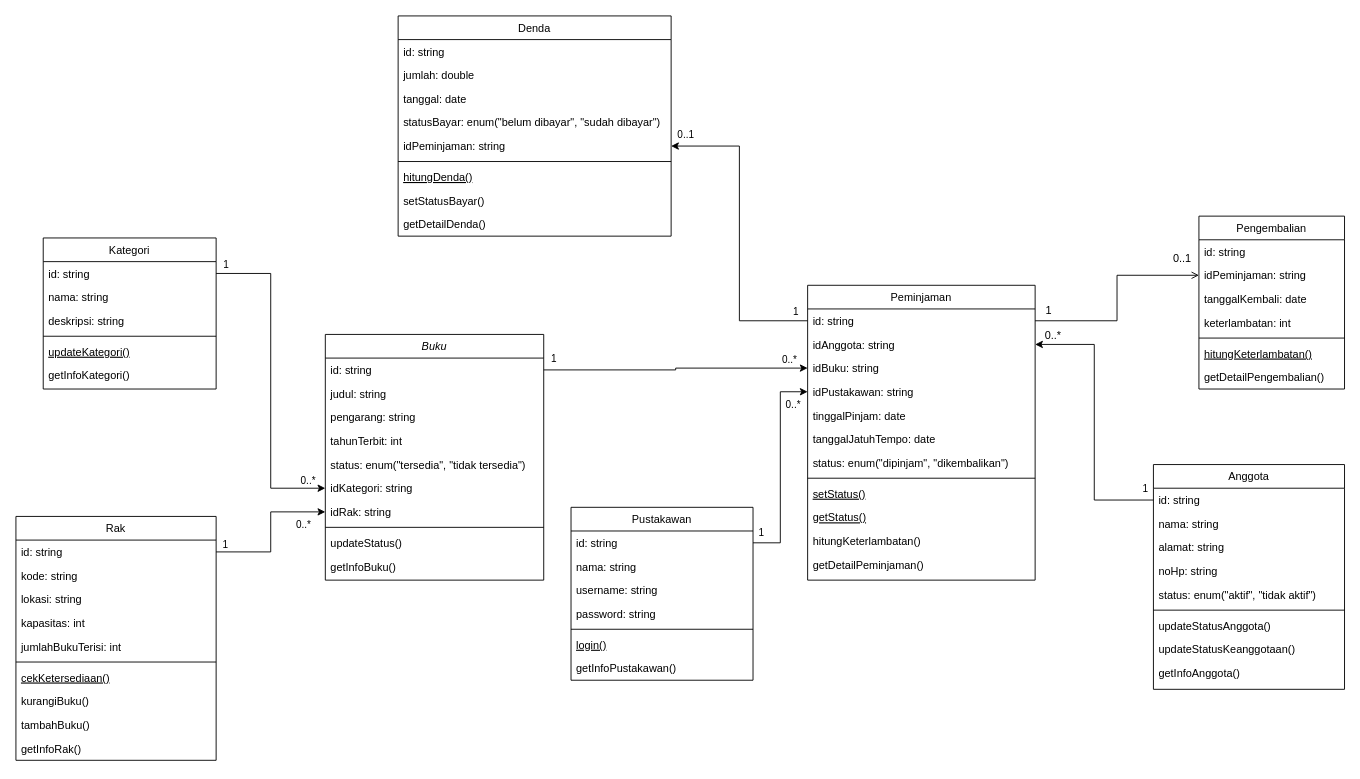
This is laprak_class_diagram.drawio from zhekabaila/praktikum-rpl, a draw.io file, before an edit. Source tidied: cells renumbered, new cells numbered last; positions are measured from the earlier drawing's top-left corner, leaving out a move shared by most shapes. Both pictures are drawn from the tidied source at 91%, with x=0, y=0 at pixel (15, 15).
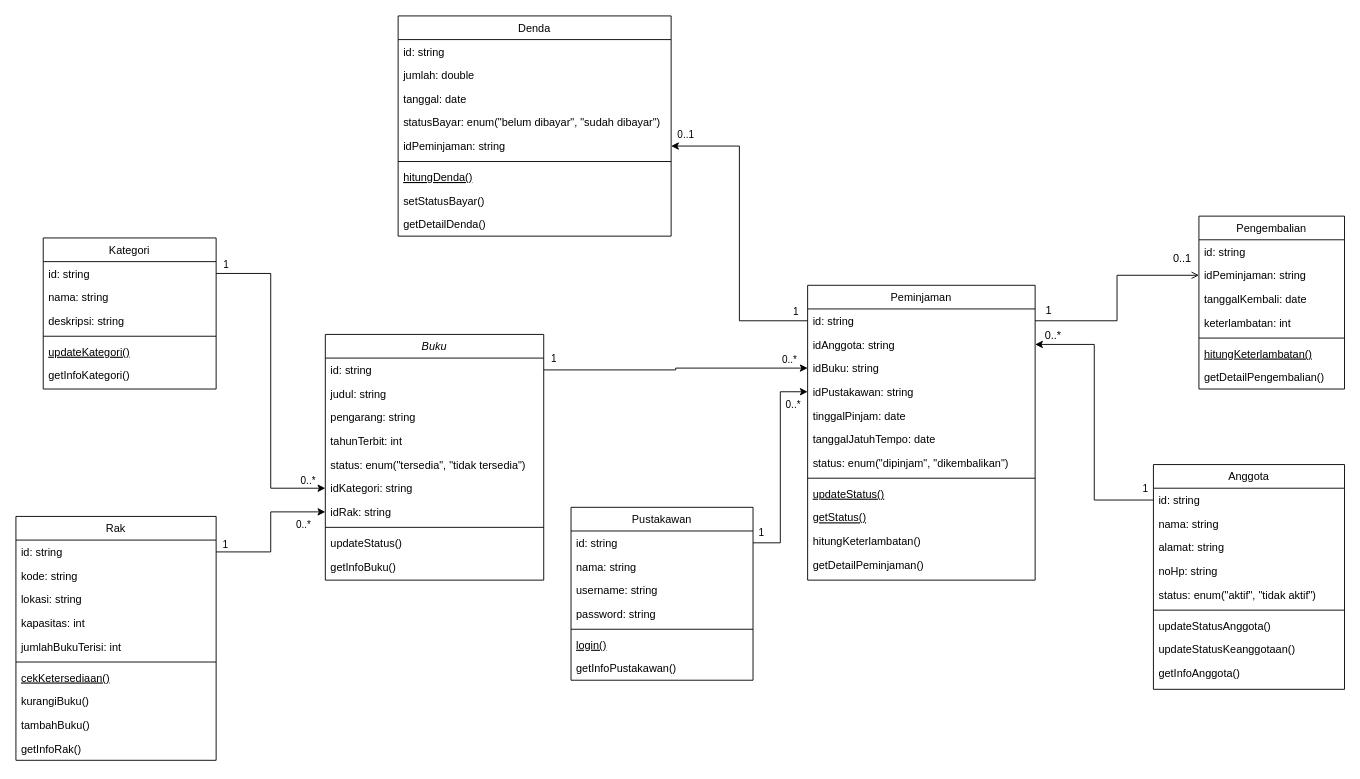
Above is the later version.

The change refers to these unchanged cells:
```xml
<mxCell id="31" value="Peminjaman&#10;" style="swimlane;fontStyle=0;align=center;verticalAlign=top;horizontal=1;startSize=26;rounded=0;shadow=0;strokeWidth=1;" parent="1" vertex="1">
  <mxGeometry x="870" y="296" width="250" height="324" as="geometry" />
</mxCell>
```

Diff of the diagram source:
```diff
@@
-    <mxCell id="40" value="setStatus()" style="text;align=left;verticalAlign=top;spacingLeft=4;spacingRight=4;overflow=hidden;fontStyle=4;" parent="31" vertex="1">
+    <mxCell id="40" value="updateStatus()" style="text;align=left;verticalAlign=top;spacingLeft=4;spacingRight=4;overflow=hidden;fontStyle=4;" parent="31" vertex="1">
       <mxGeometry y="216" width="250" height="26" as="geometry" />
     </mxCell>
```
